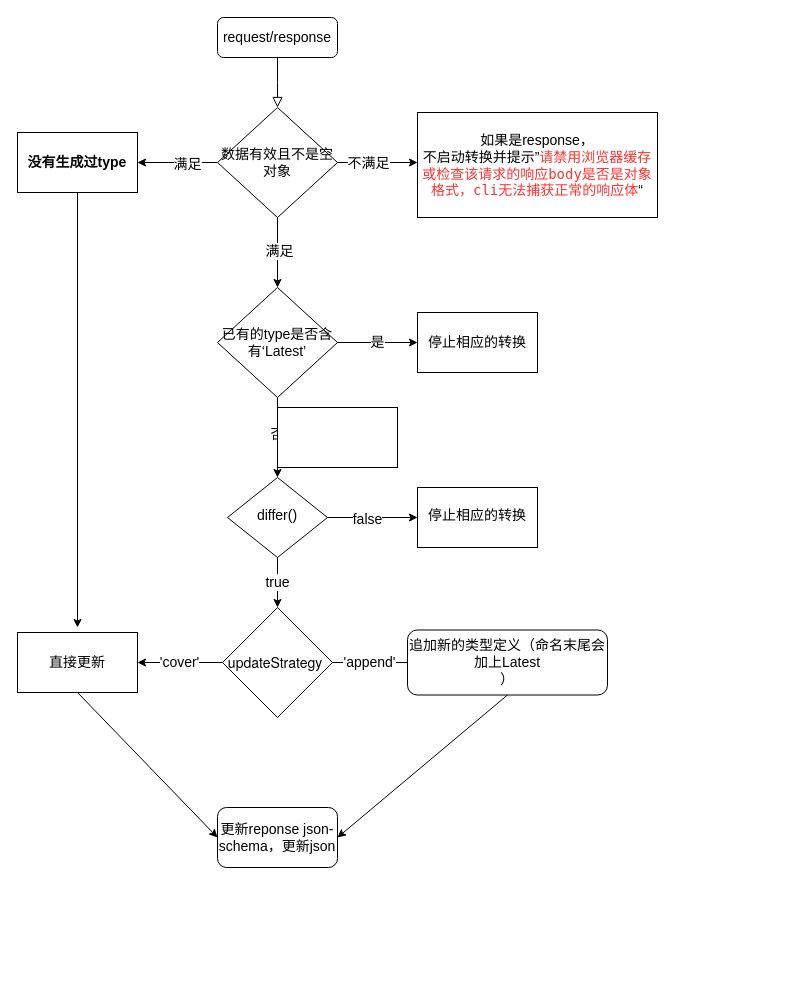
This is update-logic.drawio from yy7054wyq5/API-types-automatic-converter, a draw.io file, before an edit. Source tidied: cells renumbered, new cells numbered last; positions are measured from the earlier drawing's top-left corner, leaving out a move shared by most shapes. Both pictures are drawn from the tidied source at 100%, with x=0, y=0 at pixel (17, 17).
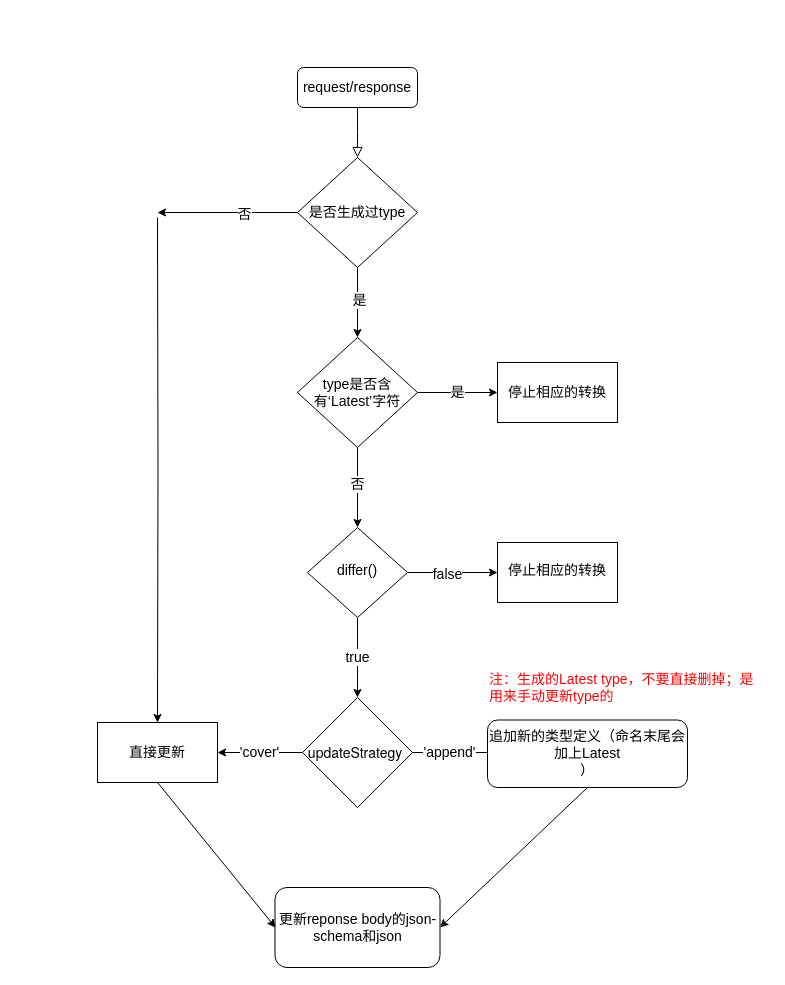
After the change.

Diff of the diagram source:
```diff
@@
     <mxCell id="2" style="rounded=0;html=1;jettySize=auto;fontSize=14;endArrow=block;endFill=0;endSize=8;strokeWidth=1;shadow=0;labelBackgroundColor=none;edgeStyle=orthogonalEdgeStyle;" parent="1" edge="1" source="3">
       <mxGeometry relative="1" as="geometry">
-        <mxPoint x="260" y="90" as="targetPoint" />
+        <mxPoint x="340" y="140" as="targetPoint" />
       </mxGeometry>
     </mxCell>
     <mxCell id="3" value="request/response" style="rounded=1;whiteSpace=wrap;html=1;fontSize=14;glass=0;strokeWidth=1;shadow=0;" parent="1" vertex="1">
-      <mxGeometry x="200" width="120" height="40" as="geometry" />
+      <mxGeometry x="280" y="50" width="120" height="40" as="geometry" />
     </mxCell>
-    <mxCell id="4" value="true" style="edgeStyle=orthogonalEdgeStyle;rounded=0;jettySize=auto;html=1;fontSize=14;" parent="1" edge="1" source="7">
-      <mxGeometry relative="1" as="geometry">
-        <mxPoint x="260" y="590" as="targetPoint" />
-      </mxGeometry>
+    <mxCell id="4" value="true" style="edgeStyle=orthogonalEdgeStyle;rounded=0;jettySize=auto;html=1;fontSize=14;entryX=0.5;entryY=0;entryDx=0;entryDy=0;" parent="1" edge="1" source="7" target="11">
+      <mxGeometry relative="1" as="geometry" />
     </mxCell>
@@
     <mxCell id="7" value="differ()" style="rhombus;whiteSpace=wrap;html=1;shadow=0;fontFamily=Helvetica;fontSize=14;align=center;strokeWidth=1;spacing=6;spacingTop=-4;" parent="1" vertex="1">
-      <mxGeometry x="210" y="460" width="100" height="80" as="geometry" />
+      <mxGeometry x="290" y="510" width="100" height="90" as="geometry" />
     </mxCell>
     <mxCell id="8" style="edgeStyle=orthogonalEdgeStyle;rounded=0;jettySize=auto;html=1;fontSize=14;" parent="1" edge="1" source="11">
       <mxGeometry x="0.06" y="15" relative="1" as="geometry">
-        <mxPoint x="400" y="645" as="targetPoint" />
+        <mxPoint x="480" y="735" as="targetPoint" />
       </mxGeometry>
     </mxCell>
@@
-    <mxCell id="11" value="&lt;font color=&quot;#000000&quot;&gt;&lt;span style=&quot;font-family: &amp;#34;helvetica neue&amp;#34; ; font-size: 14px&quot;&gt;updateStrategy&lt;/span&gt;&lt;span style=&quot;font-size: 14px&quot;&gt;&amp;nbsp;&lt;/span&gt;&lt;/font&gt;" style="rhombus;whiteSpace=wrap;html=1;fontSize=14;" parent="1" vertex="1">
-      <mxGeometry x="205" y="590" width="110" height="110" as="geometry" />
+    <mxCell id="11" value="&lt;font color=&quot;#000000&quot; style=&quot;font-size: 14px;&quot;&gt;&lt;span style=&quot;font-family: &amp;quot;helvetica neue&amp;quot;; font-size: 14px;&quot;&gt;updateStrategy&lt;/span&gt;&lt;span style=&quot;font-size: 14px;&quot;&gt;&amp;nbsp;&lt;/span&gt;&lt;/font&gt;" style="rhombus;whiteSpace=wrap;html=1;fontSize=14;" parent="1" vertex="1">
+      <mxGeometry x="285" y="680" width="110" height="110" as="geometry" />
     </mxCell>
-    <mxCell id="12" value="&lt;span style=&quot;font-family: &amp;#34;helvetica&amp;#34; ; font-size: 14px&quot;&gt;追加新的类型定义（命名末尾会加上L&lt;/span&gt;atest&lt;span style=&quot;font-family: &amp;#34;helvetica&amp;#34; ; font-size: 14px&quot;&gt;&lt;br style=&quot;font-size: 14px&quot;&gt;）&lt;/span&gt;" style="rounded=1;whiteSpace=wrap;html=1;fontSize=14;" parent="1" vertex="1">
-      <mxGeometry x="390" y="612.5" width="200" height="65" as="geometry" />
+    <mxCell id="12" value="&lt;span style=&quot;font-family: helvetica; font-size: 14px;&quot;&gt;追加新的类型定义（命名末尾会加上L&lt;/span&gt;atest&lt;span style=&quot;font-family: helvetica; font-size: 14px;&quot;&gt;&lt;br style=&quot;font-size: 14px;&quot;&gt;）&lt;/span&gt;" style="rounded=1;whiteSpace=wrap;html=1;fontSize=14;" parent="1" vertex="1">
+      <mxGeometry x="470" y="702.5" width="200" height="67.5" as="geometry" />
     </mxCell>
-    <mxCell id="13" value="更新reponse json-schema，更新json" style="whiteSpace=wrap;html=1;rounded=1;fontSize=14;" parent="1" vertex="1">
-      <mxGeometry x="200" y="790" width="120" height="60" as="geometry" />
+    <mxCell id="13" value="更新reponse body的json-schema和json" style="whiteSpace=wrap;html=1;rounded=1;fontSize=14;" parent="1" vertex="1">
+      <mxGeometry x="257.5" y="870" width="165" height="80" as="geometry" />
     </mxCell>
-    <mxCell id="14" style="edgeStyle=orthogonalEdgeStyle;rounded=0;jettySize=auto;html=1;fontSize=14;" parent="1" edge="1" source="20">
-      <mxGeometry relative="1" as="geometry">
-        <mxPoint x="400" y="145" as="targetPoint" />
-      </mxGeometry>
-    </mxCell>
-    <mxCell id="15" value="不满足" style="edgeLabel;html=1;align=center;verticalAlign=middle;fontSize=14;" parent="14" vertex="1">
-      <mxGeometry x="-0.28" y="-1" relative="1" as="geometry">
-        <mxPoint x="1" y="-1" as="offset" />
-      </mxGeometry>
-    </mxCell>
     <mxCell id="16" style="edgeStyle=orthogonalEdgeStyle;rounded=0;jettySize=auto;html=1;fontSize=14;" parent="1" edge="1" source="20">
       <mxGeometry relative="1" as="geometry">
-        <mxPoint x="260" y="270" as="targetPoint" />
+        <mxPoint x="340" y="320" as="targetPoint" />
       </mxGeometry>
     </mxCell>
-    <mxCell id="17" value="满足" style="edgeLabel;html=1;align=center;verticalAlign=middle;fontSize=14;" parent="16" vertex="1">
-      <mxGeometry x="-0.05" y="1" relative="1" as="geometry" />
-    </mxCell>
+    <mxCell id="34" value="是" style="edgeLabel;html=1;align=center;verticalAlign=middle;fontSize=14;" parent="16" vertex="1">
+      <mxGeometry x="-0.09" y="1" relative="1" as="geometry" />
+    </mxCell>
-    <mxCell id="18" style="edgeStyle=orthogonalEdgeStyle;rounded=0;jettySize=auto;html=1;fontSize=14;" parent="1" edge="1" source="20" target="28">
-      <mxGeometry relative="1" as="geometry" />
+    <mxCell id="18" style="edgeStyle=orthogonalEdgeStyle;rounded=0;jettySize=auto;html=1;fontSize=14;" parent="1" edge="1" source="20">
+      <mxGeometry relative="1" as="geometry">
+        <mxPoint x="140" y="195" as="targetPoint" />
+      </mxGeometry>
     </mxCell>
-    <mxCell id="19" value="满足" style="edgeLabel;html=1;align=center;verticalAlign=middle;fontSize=14;" parent="18" vertex="1">
+    <mxCell id="19" value="否" style="edgeLabel;html=1;align=center;verticalAlign=middle;fontSize=14;" parent="18" vertex="1">
       <mxGeometry x="-0.23" y="1" relative="1" as="geometry" />
     </mxCell>
-    <mxCell id="20" value="&lt;span style=&quot;font-weight: normal&quot;&gt;&lt;span&gt;数据&lt;/span&gt;&lt;span style=&quot;font-family: &amp;#34;menlo&amp;#34; , &amp;#34;monaco&amp;#34; , &amp;#34;courier new&amp;#34; , monospace&quot;&gt;有效且不是空对象&lt;/span&gt;&lt;/span&gt;" style="rhombus;whiteSpace=wrap;html=1;fontSize=14;fontStyle=1;" parent="1" vertex="1">
-      <mxGeometry x="200" y="90" width="120" height="110" as="geometry" />
+    <mxCell id="20" value="&lt;span style=&quot;font-weight: normal; font-size: 14px;&quot;&gt;是否生成过type&lt;/span&gt;" style="rhombus;whiteSpace=wrap;html=1;fontSize=14;fontStyle=1;" parent="1" vertex="1">
+      <mxGeometry x="280" y="140" width="120" height="110" as="geometry" />
     </mxCell>
@@
-    <mxCell id="24" value="已有的type是否含有‘Latest’" style="rhombus;whiteSpace=wrap;html=1;fontSize=14;" parent="1" vertex="1">
-      <mxGeometry x="200" y="270" width="120" height="110" as="geometry" />
+    <mxCell id="24" value="type是否含有‘Latest’字符" style="rhombus;whiteSpace=wrap;html=1;fontSize=14;" parent="1" vertex="1">
+      <mxGeometry x="280" y="320" width="120" height="110" as="geometry" />
     </mxCell>
     <mxCell id="25" value="停止相应的转换" style="whiteSpace=wrap;html=1;fontSize=14;" parent="1" vertex="1">
-      <mxGeometry x="400" y="295" width="120" height="60" as="geometry" />
+      <mxGeometry x="480" y="345" width="120" height="60" as="geometry" />
     </mxCell>
-    <mxCell id="26" value="&lt;span&gt;如果是&lt;/span&gt;response，&lt;span&gt;&lt;br&gt;不启动转换并提示”&lt;/span&gt;&lt;span style=&quot;font-family: &amp;#34;menlo&amp;#34; , &amp;#34;monaco&amp;#34; , &amp;#34;courier new&amp;#34; , monospace&quot;&gt;&lt;font color=&quot;#ff3333&quot;&gt;请禁用浏览器缓存或检查该请求的响应body是否是对象格式，cli无法捕获正常的响应体&lt;/font&gt;&lt;/span&gt;&lt;span&gt;“&lt;/span&gt;" style="rounded=0;whiteSpace=wrap;html=1;fontSize=14;" parent="1" vertex="1">
-      <mxGeometry x="400" y="95" width="240" height="105" as="geometry" />
-    </mxCell>
-    <mxCell id="27" style="edgeStyle=orthogonalEdgeStyle;rounded=0;jettySize=auto;html=1;fontSize=14;" parent="1" edge="1" source="28">
+    <mxCell id="27" style="edgeStyle=orthogonalEdgeStyle;rounded=0;jettySize=auto;html=1;fontSize=14;entryX=0.5;entryY=0;entryDx=0;entryDy=0;" parent="1" edge="1" target="30">
       <mxGeometry relative="1" as="geometry">
-        <mxPoint x="60" y="610" as="targetPoint" />
+        <mxPoint x="140" y="200" as="sourcePoint" />
       </mxGeometry>
     </mxCell>
-    <mxCell id="28" value="没有生成过type" style="whiteSpace=wrap;html=1;fontSize=14;fontStyle=1;" parent="1" vertex="1">
-      <mxGeometry y="115" width="120" height="60" as="geometry" />
-    </mxCell>
-    <mxCell id="29" value="&lt;span&gt;停止相应的转换&lt;/span&gt;" style="whiteSpace=wrap;html=1;shadow=0;fontSize=14;strokeWidth=1;spacing=6;spacingTop=-4;" parent="1" vertex="1">
-      <mxGeometry x="400" y="470" width="120" height="60" as="geometry" />
+    <mxCell id="29" value="&lt;span style=&quot;font-size: 14px;&quot;&gt;停止相应的转换&lt;/span&gt;" style="whiteSpace=wrap;html=1;shadow=0;fontSize=14;strokeWidth=1;spacing=6;spacingTop=-4;" parent="1" vertex="1">
+      <mxGeometry x="480" y="525" width="120" height="60" as="geometry" />
     </mxCell>
-    <mxCell id="30" value="&lt;span&gt;直接更新&lt;/span&gt;" style="whiteSpace=wrap;html=1;fontSize=14;" parent="1" vertex="1">
-      <mxGeometry y="615" width="120" height="60" as="geometry" />
+    <mxCell id="30" value="&lt;span style=&quot;font-size: 14px;&quot;&gt;直接更新&lt;/span&gt;" style="whiteSpace=wrap;html=1;fontSize=14;" parent="1" vertex="1">
+      <mxGeometry x="80" y="705" width="120" height="60" as="geometry" />
     </mxCell>
-    <mxCell id="31" style="endArrow=classic;html=1;fontSize=14;exitX=0.5;exitY=1;exitDx=0;exitDy=0;entryX=0;entryY=0.5;entryDx=0;entryDy=0;" parent="1" edge="1" source="30" target="13">
-      <mxGeometry relative="1" as="geometry" />
-    </mxCell>
+    <mxCell id="36" style="endArrow=classic;html=1;fontSize=14;exitX=0.5;exitY=1;exitDx=0;exitDy=0;" parent="1" edge="1" source="30">
+      <mxGeometry relative="1" as="geometry">
+        <mxPoint x="258" y="910" as="targetPoint" />
+      </mxGeometry>
+    </mxCell>
@@
-    <mxCell id="33" style="whiteSpace=wrap;html=1;" parent="1" vertex="1">
-      <mxGeometry x="260" y="390" width="120" height="60" as="geometry" />
-    </mxCell>
-    <mxCell id="34" style="whiteSpace=wrap;html=1;" parent="1" vertex="1">
-      <mxGeometry x="260" y="390" width="120" height="60" as="geometry" />
-    </mxCell>
-    <mxCell id="35" style="whiteSpace=wrap;html=1;" parent="1" vertex="1">
-      <mxGeometry x="260" y="390" width="120" height="60" as="geometry" />
-    </mxCell>
+    <mxCell id="37" value="&lt;font color=&quot;#ff0000&quot;&gt;&lt;font style=&quot;font-size: 14px&quot;&gt;注：生成的&lt;/font&gt;&lt;span style=&quot;font-size: 14px ; text-align: center ; font-family: &amp;#34;helvetica&amp;#34;&quot;&gt;L&lt;/span&gt;&lt;span style=&quot;font-size: 14px ; text-align: center&quot;&gt;atest type，不要直接删掉；是用来手动更新type的&lt;/span&gt;&lt;/font&gt;" style="text;html=1;strokeColor=none;fillColor=none;align=left;verticalAlign=middle;whiteSpace=wrap;rounded=0;" parent="1" vertex="1">
+      <mxGeometry x="470" y="650" width="280" height="40" as="geometry" />
+    </mxCell>
```
